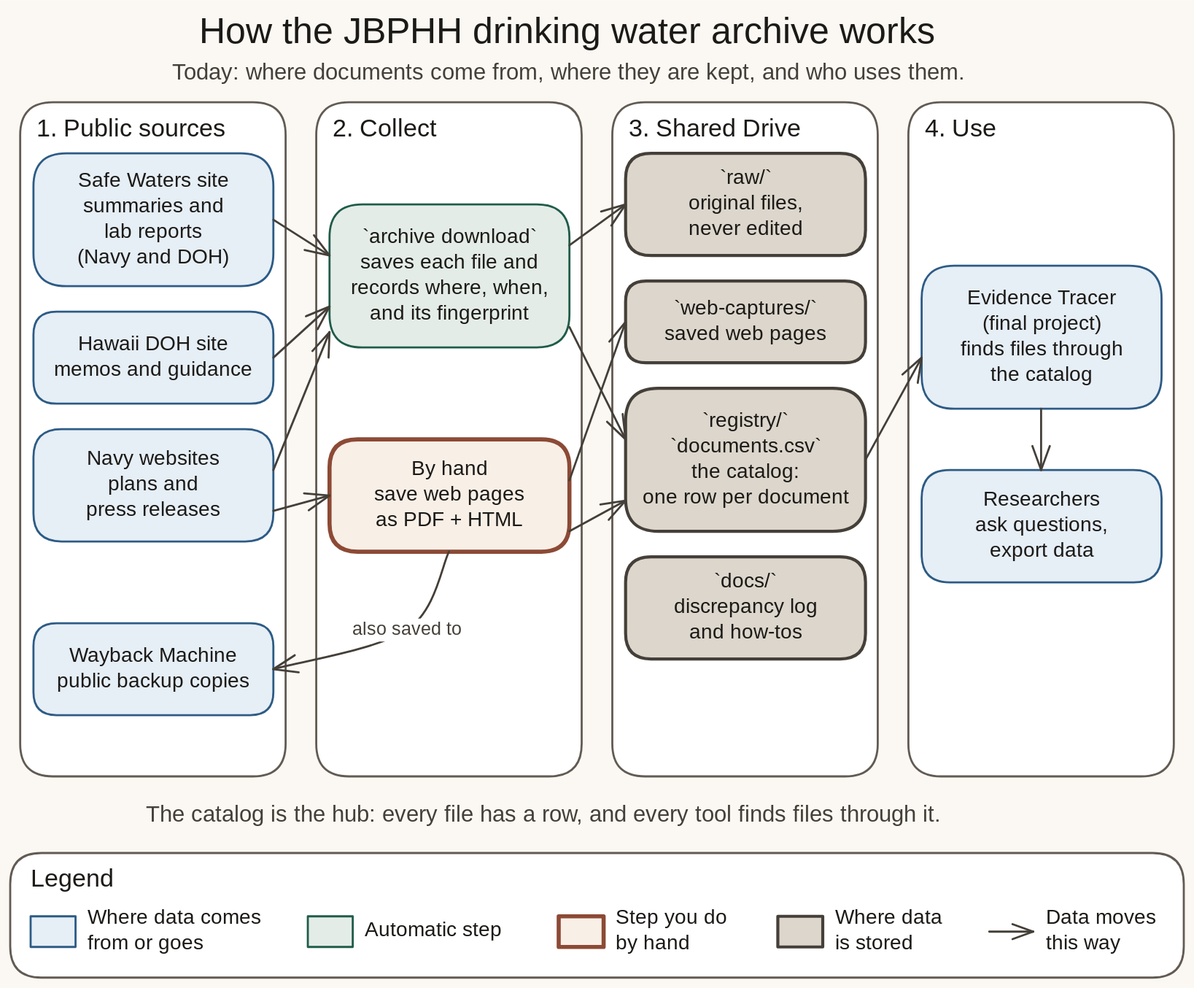
The Excalidraw diagram docs/diagrams/svgs/archive-big-picture.excalidraw.svg in alemarieceria/jbphh-dw-archive-pipeline, before a commit. Source tidied: one line per element, renumbered; positions are measured from the earlier drawing's top-left corner, leaving out a move shared by most shapes.
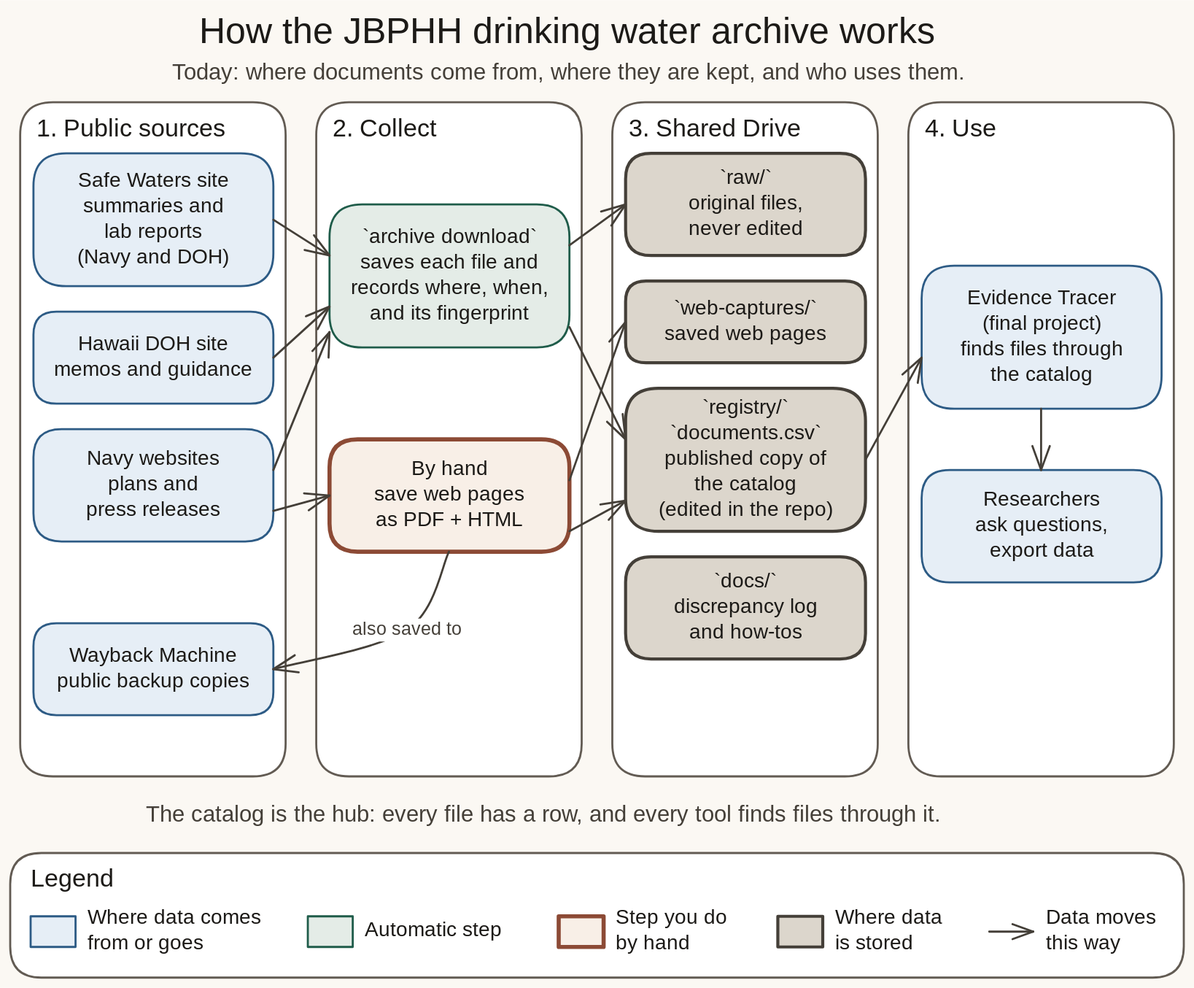
The same file after the commit.

Commit message:
docs: the catalog lives in this repo

What changed in the source:
```diff
@@ -29,7 +29,7 @@
 {"id": 28, "type": "rectangle", "strokeColor": "#443f38", "backgroundColor": "#dcd6cc", "fillStyle": "solid", "strokeWidth": 3, "roughness": 0, "round": true, "x": 603, "y": 265, "width": 235, "height": 80}
 {"id": 29, "type": "text", "text": "`web-captures/`\nsaved web pages", "strokeColor": "#1c1a17", "strokeWidth": 2, "roughness": 1, "fontSize": 20, "fontFamily": 5, "textAlign": "center", "verticalAlign": "middle", "inside": 28, "x": 639, "y": 280, "width": 163, "height": 50}
 {"id": 30, "type": "rectangle", "strokeColor": "#443f38", "backgroundColor": "#dcd6cc", "fillStyle": "solid", "strokeWidth": 3, "roughness": 0, "round": true, "x": 603, "y": 370, "width": 235, "height": 140}
-{"id": 31, "type": "text", "text": "`registry/`\n`documents.csv`\nthe catalog:\none row per document", "strokeColor": "#1c1a17", "strokeWidth": 2, "roughness": 1, "fontSize": 20, "fontFamily": 5, "textAlign": "center", "verticalAlign": "middle", "inside": 30, "x": 614, "y": 390, "width": 212, "height": 100}
+{"id": 31, "type": "text", "text": "`registry/`\n`documents.csv`\npublished copy of\nthe catalog\n(edited in the repo)", "strokeColor": "#1c1a17", "strokeWidth": 2, "roughness": 1, "fontSize": 20, "fontFamily": 5, "textAlign": "center", "verticalAlign": "middle", "inside": 30, "x": 624, "y": 378, "width": 192, "height": 125}
 {"id": 32, "type": "rectangle", "strokeColor": "#443f38", "backgroundColor": "#dcd6cc", "fillStyle": "solid", "strokeWidth": 3, "roughness": 0, "round": true, "x": 603, "y": 535, "width": 235, "height": 100}
 {"id": 33, "type": "text", "text": "`docs/`\ndiscrepancy log\nand how-tos", "strokeColor": "#1c1a17", "strokeWidth": 2, "roughness": 1, "fontSize": 20, "fontFamily": 5, "textAlign": "center", "verticalAlign": "middle", "inside": 32, "x": 647, "y": 548, "width": 146, "height": 75}
 {"id": 34, "type": "arrow", "strokeColor": "#443f38", "strokeWidth": 2, "roughness": 0, "endArrowhead": "arrow", "round": true, "x": 548, "y": 230, "width": 55, "height": 40, "points": [[0, 0], [55, -40]]}
```
